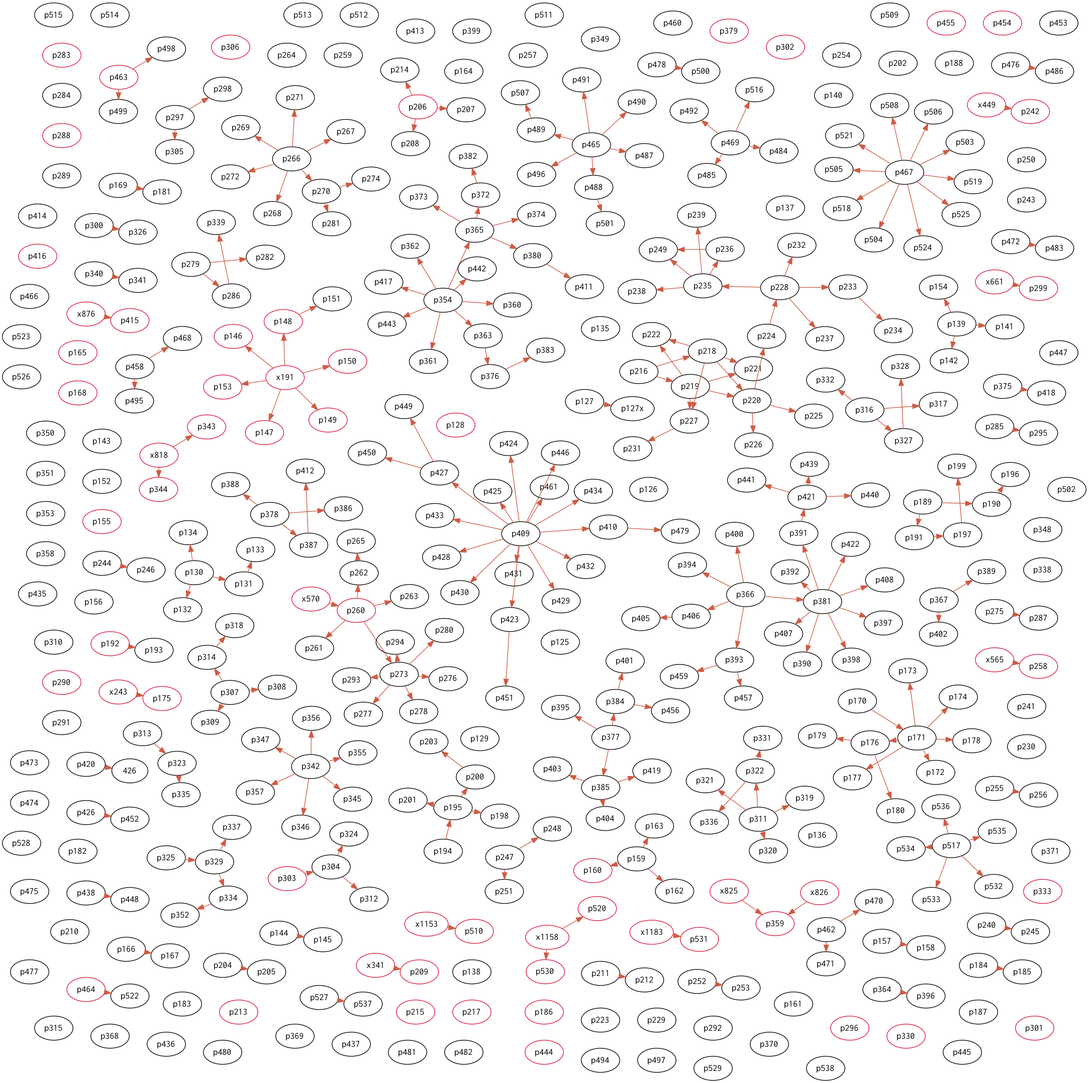
The Graphviz diagram report/matsue/infections/infections.png in spiegel-im-spiegel/covid-2019-report, before a commit. Its source is kept beside it as report/matsue/infections/infections.dot.
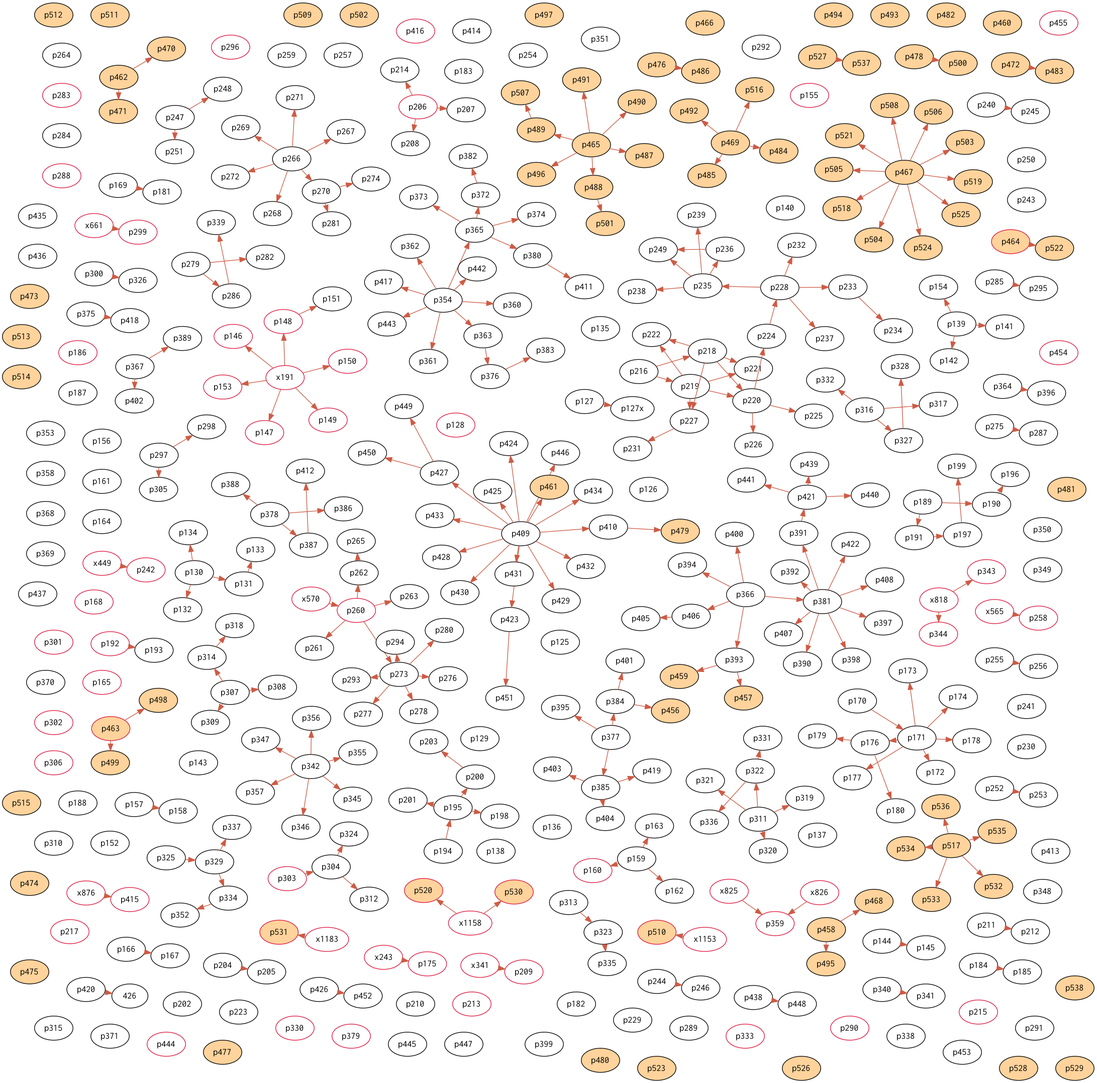
The same diagram one commit later.

The edit, as a diff of the source:
```diff
@@ -6,7 +6,9 @@
 	node [
 		fontname="Inconsolata",
 		fontcolor = black,
+		style = "solid,filled",
 		color = black
+		fillcolor = white
 	];
 	edge [
 		color = coral3
@@ -469,6 +471,91 @@
 	p458->p468;
 	p458->p495;
 	p460;
+
+	p456[fillcolor=burlywood1];
+	p457[fillcolor=burlywood1];
+	p458[fillcolor=burlywood1];
+	p459[fillcolor=burlywood1];
+	p460[fillcolor=burlywood1];
+	p461[fillcolor=burlywood1];
+	p462[fillcolor=burlywood1];
+	p463[fillcolor=burlywood1];
+	p464[fillcolor=burlywood1];
+	p465[fillcolor=burlywood1];
+	p466[fillcolor=burlywood1];
+	p467[fillcolor=burlywood1];
+	p468[fillcolor=burlywood1];
+	p469[fillcolor=burlywood1];
+	p470[fillcolor=burlywood1];
+	p471[fillcolor=burlywood1];
+	p472[fillcolor=burlywood1];
+	p473[fillcolor=burlywood1];
+	p474[fillcolor=burlywood1];
+	p475[fillcolor=burlywood1];
+	p476[fillcolor=burlywood1];
+	p477[fillcolor=burlywood1];
+	p478[fillcolor=burlywood1];
+	p479[fillcolor=burlywood1];
+	p480[fillcolor=burlywood1];
+	p481[fillcolor=burlywood1];
+	p482[fillcolor=burlywood1];
+	p483[fillcolor=burlywood1];
+	p484[fillcolor=burlywood1];
+	p485[fillcolor=burlywood1];
+	p486[fillcolor=burlywood1];
+	p487[fillcolor=burlywood1];
+	p488[fillcolor=burlywood1];
+	p489[fillcolor=burlywood1];
+	p490[fillcolor=burlywood1];
+	p491[fillcolor=burlywood1];
+	p492[fillcolor=burlywood1];
+	p493[fillcolor=burlywood1];
+	p494[fillcolor=burlywood1];
+	p495[fillcolor=burlywood1];
+	p496[fillcolor=burlywood1];
+	p497[fillcolor=burlywood1];
+	p498[fillcolor=burlywood1];
+	p499[fillcolor=burlywood1];
+	p500[fillcolor=burlywood1];
+	p501[fillcolor=burlywood1];
+	p502[fillcolor=burlywood1];
+	p503[fillcolor=burlywood1];
+	p504[fillcolor=burlywood1];
+	p505[fillcolor=burlywood1];
+	p506[fillcolor=burlywood1];
+	p507[fillcolor=burlywood1];
+	p508[fillcolor=burlywood1];
+	p509[fillcolor=burlywood1];
+	p510[fillcolor=burlywood1];
+	p511[fillcolor=burlywood1];
+	p512[fillcolor=burlywood1];
+	p513[fillcolor=burlywood1];
+	p514[fillcolor=burlywood1];
+	p515[fillcolor=burlywood1];
+	p516[fillcolor=burlywood1];
+	p517[fillcolor=burlywood1];
+	p518[fillcolor=burlywood1];
+	p519[fillcolor=burlywood1];
+	p520[fillcolor=burlywood1];
+	p521[fillcolor=burlywood1];
+	p522[fillcolor=burlywood1];
+	p523[fillcolor=burlywood1];
+	p524[fillcolor=burlywood1];
+	p525[fillcolor=burlywood1];
+	p526[fillcolor=burlywood1];
+	p527[fillcolor=burlywood1];
+	p528[fillcolor=burlywood1];
+	p529[fillcolor=burlywood1];
+	p530[fillcolor=burlywood1];
+	p531[fillcolor=burlywood1];
+	p532[fillcolor=burlywood1];
+	p533[fillcolor=burlywood1];
+	p534[fillcolor=burlywood1];
+	p535[fillcolor=burlywood1];
+	p536[fillcolor=burlywood1];
+	p537[fillcolor=burlywood1];
+	p538[fillcolor=burlywood1];
+
 	p462->p470;
 	p462->p471;
 	p463[color=crimson];
```
